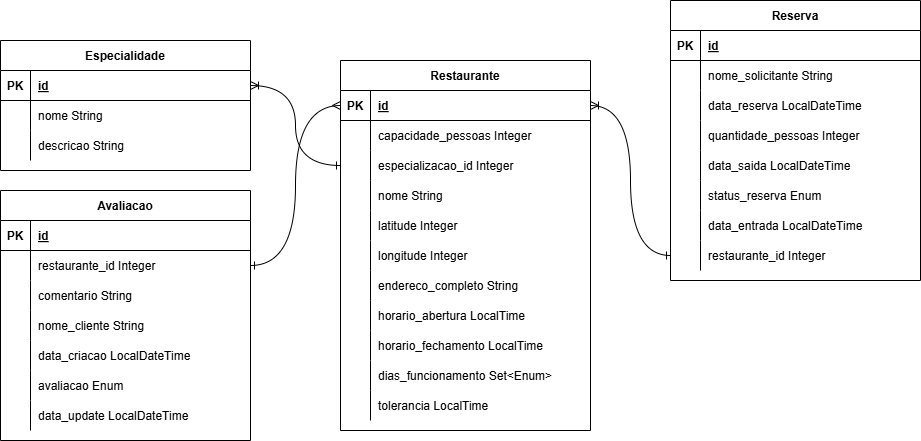
This is src/main/resources/img/db.png from eduardoesr/tech-challenge-03, a draw.io export, as it was before one commit. Source tidied: cells renumbered, new cells last; positions are measured from the earlier drawing's top-left corner, leaving out a move shared by most shapes.
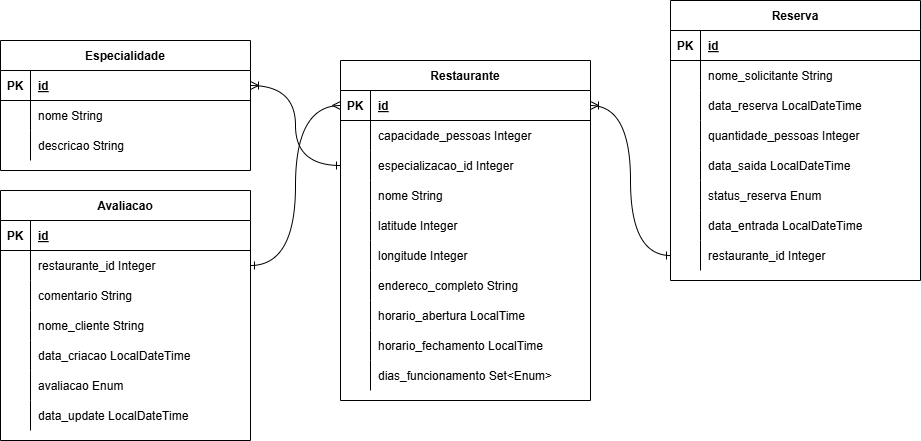
Later version of the same file.

The edit, as a diff of the source:
```diff
@@ -3,7 +3,7 @@
     <mxCell id="0" />
     <mxCell id="1" parent="0" />
     <mxCell id="2" value="Restaurante" style="shape=table;startSize=30;rowLines=0;fontStyle=1;align=center;" parent="1" vertex="1">
-      <mxGeometry x="340" y="60" width="250" height="370" as="geometry" />
+      <mxGeometry x="340" y="60" width="250" height="340" as="geometry" />
     </mxCell>
     <mxCell id="3" style="shape=partialRectangle;fillColor=none;points=[[0,0.5],[1,0.5]];portConstraint=eastwest;top=0;left=0;right=0;bottom=1;" parent="2" vertex="1">
       <mxGeometry y="30" width="250" height="30" as="geometry" />
@@ -95,15 +95,6 @@
     <mxCell id="32" value="dias_funcionamento Set&lt;Enum&gt;" style="shape=partialRectangle;overflow=hidden;fillColor=none;top=0;left=0;bottom=0;right=0;align=left;spacingLeft=6;" parent="30" vertex="1">
       <mxGeometry x="30" width="220" height="30" as="geometry" />
     </mxCell>
-    <mxCell id="33" style="shape=partialRectangle;fillColor=none;top=0;left=0;right=0;bottom=0;" parent="2" vertex="1">
-      <mxGeometry y="330" width="250" height="30" as="geometry" />
-    </mxCell>
-    <mxCell id="34" style="shape=partialRectangle;overflow=hidden;fillColor=none;top=0;left=0;bottom=0;right=0;" parent="33" vertex="1">
-      <mxGeometry width="30" height="30" as="geometry" />
-    </mxCell>
-    <mxCell id="35" value="tolerancia LocalTime" style="shape=partialRectangle;overflow=hidden;fillColor=none;top=0;left=0;bottom=0;right=0;align=left;spacingLeft=6;" parent="33" vertex="1">
-      <mxGeometry x="30" width="220" height="30" as="geometry" />
-    </mxCell>
     <mxCell id="36" value="Avaliacao" style="shape=table;startSize=30;rowLines=0;fontStyle=1;align=center;" parent="1" vertex="1">
       <mxGeometry y="190" width="250" height="250" as="geometry" />
     </mxCell>
```
